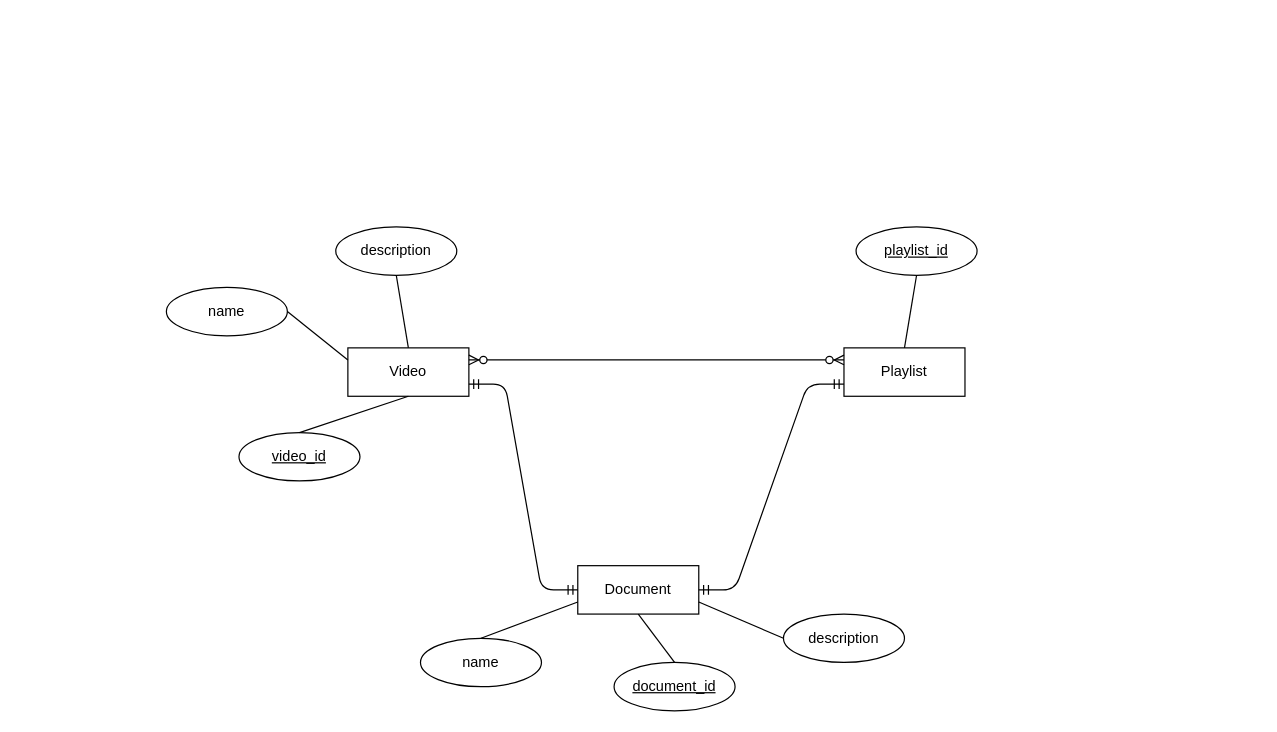
This is Untitled Diagram.drawio from TendonT52/ProjectProgMath, a draw.io file, before an edit. Source tidied: cells renumbered, new cells numbered last; positions are measured from the earlier drawing's top-left corner, leaving out a move shared by most shapes. Both pictures are drawn from the tidied source at 121%, with x=0, y=0 at pixel (166, 226).
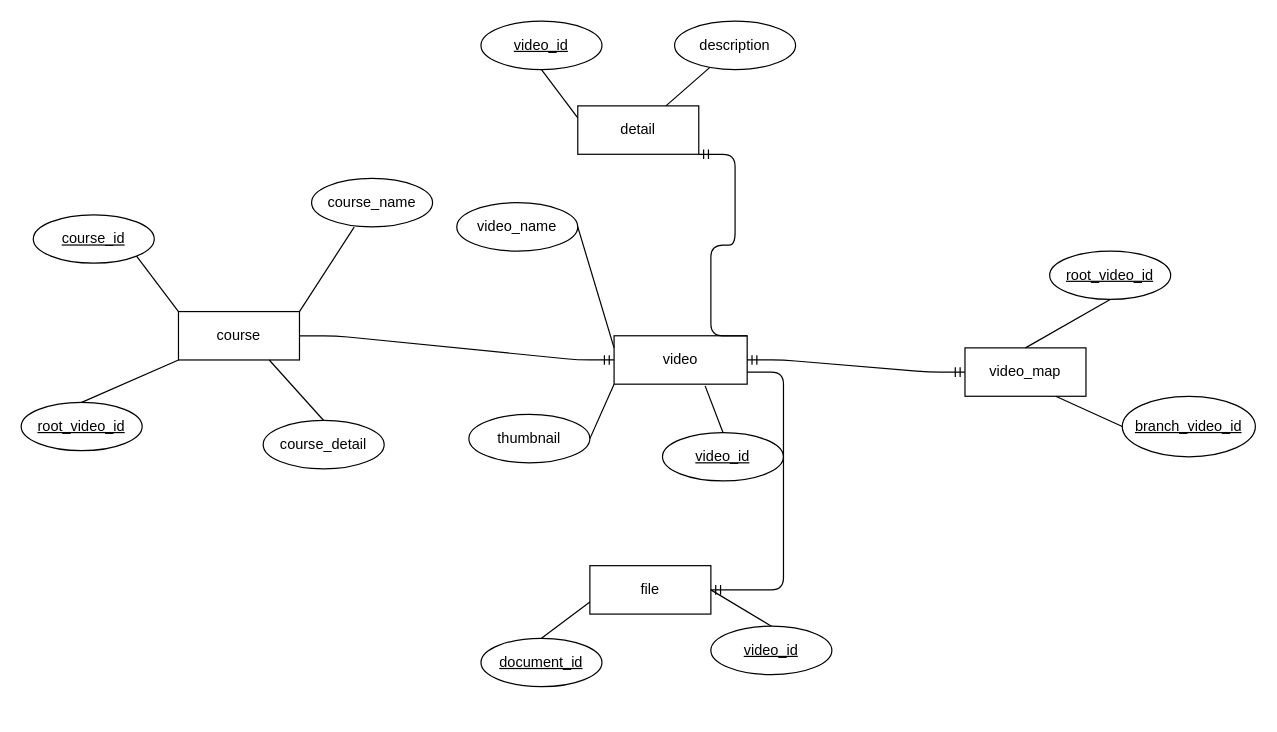
The same page after the edit.

The edit, as a diff of the source:
```diff
@@
-    <mxCell id="2" value="Video" style="whiteSpace=wrap;html=1;align=center;" parent="1" vertex="1">
-      <mxGeometry x="150" y="100" width="100" height="40" as="geometry" />
+    <mxCell id="2" value="video" style="whiteSpace=wrap;html=1;align=center;" parent="1" vertex="1">
+      <mxGeometry x="370" y="90" width="110" height="40" as="geometry" />
     </mxCell>
-    <mxCell id="3" value="Playlist" style="whiteSpace=wrap;html=1;align=center;" parent="1" vertex="1">
-      <mxGeometry x="560" y="100" width="100" height="40" as="geometry" />
+    <mxCell id="3" value="video_map" style="whiteSpace=wrap;html=1;align=center;" parent="1" vertex="1">
+      <mxGeometry x="660" y="100" width="100" height="40" as="geometry" />
     </mxCell>
     <mxCell id="4" value="video_id" style="ellipse;whiteSpace=wrap;html=1;align=center;fontStyle=4;" parent="1" vertex="1">
-      <mxGeometry x="60" y="170" width="100" height="40" as="geometry" />
+      <mxGeometry x="410" y="170" width="100" height="40" as="geometry" />
     </mxCell>
-    <mxCell id="5" value="name" style="ellipse;whiteSpace=wrap;html=1;align=center;" parent="1" vertex="1">
-      <mxGeometry y="50" width="100" height="40" as="geometry" />
+    <mxCell id="5" value="video_name" style="ellipse;whiteSpace=wrap;html=1;align=center;" parent="1" vertex="1">
+      <mxGeometry x="240" y="-20" width="100" height="40" as="geometry" />
     </mxCell>
-    <mxCell id="6" value="description" style="ellipse;whiteSpace=wrap;html=1;align=center;" parent="1" vertex="1">
-      <mxGeometry x="140" width="100" height="40" as="geometry" />
-    </mxCell>
-    <mxCell id="7" value="playlist_id" style="ellipse;whiteSpace=wrap;html=1;align=center;fontStyle=4;" parent="1" vertex="1">
-      <mxGeometry x="570" width="100" height="40" as="geometry" />
+    <mxCell id="7" value="root_video_id" style="ellipse;whiteSpace=wrap;html=1;align=center;fontStyle=4;" parent="1" vertex="1">
+      <mxGeometry x="730" y="20" width="100" height="40" as="geometry" />
     </mxCell>
-    <mxCell id="8" value="Document" style="whiteSpace=wrap;html=1;align=center;" parent="1" vertex="1">
-      <mxGeometry x="340" y="280" width="100" height="40" as="geometry" />
+    <mxCell id="8" value="file" style="whiteSpace=wrap;html=1;align=center;" parent="1" vertex="1">
+      <mxGeometry x="350" y="280" width="100" height="40" as="geometry" />
     </mxCell>
     <mxCell id="9" value="document_id" style="ellipse;whiteSpace=wrap;html=1;align=center;fontStyle=4;" parent="1" vertex="1">
-      <mxGeometry x="370" y="360" width="100" height="40" as="geometry" />
+      <mxGeometry x="260" y="340" width="100" height="40" as="geometry" />
     </mxCell>
-    <mxCell id="10" value="name" style="ellipse;whiteSpace=wrap;html=1;align=center;" parent="1" vertex="1">
-      <mxGeometry x="210" y="340" width="100" height="40" as="geometry" />
-    </mxCell>
-    <mxCell id="11" value="description" style="ellipse;whiteSpace=wrap;html=1;align=center;" parent="1" vertex="1">
-      <mxGeometry x="510" y="320" width="100" height="40" as="geometry" />
-    </mxCell>
-    <mxCell id="12" style="edgeStyle=entityRelationEdgeStyle;fontSize=12;html=1;endArrow=ERzeroToMany;endFill=1;startArrow=ERzeroToMany;exitX=1;exitY=0.25;exitDx=0;exitDy=0;entryX=0;entryY=0.25;entryDx=0;entryDy=0;" parent="1" edge="1" source="2" target="3">
-      <mxGeometry relative="1" as="geometry" />
-    </mxCell>
-    <mxCell id="13" style="edgeStyle=entityRelationEdgeStyle;fontSize=12;html=1;endArrow=ERmandOne;startArrow=ERmandOne;exitX=1;exitY=0.75;exitDx=0;exitDy=0;entryX=0;entryY=0.5;entryDx=0;entryDy=0;" parent="1" edge="1" source="2" target="8">
-      <mxGeometry relative="1" as="geometry" />
-    </mxCell>
-    <mxCell id="14" style="edgeStyle=entityRelationEdgeStyle;fontSize=12;html=1;endArrow=ERmandOne;startArrow=ERmandOne;exitX=1;exitY=0.5;exitDx=0;exitDy=0;entryX=0;entryY=0.75;entryDx=0;entryDy=0;" parent="1" edge="1" source="8" target="3">
-      <mxGeometry relative="1" as="geometry" />
-    </mxCell>
-    <mxCell id="15" style="endArrow=none;html=1;rounded=0;entryX=0.5;entryY=1;entryDx=0;entryDy=0;exitX=0.5;exitY=0;exitDx=0;exitDy=0;" parent="1" edge="1" source="2" target="6">
-      <mxGeometry relative="1" as="geometry" />
-    </mxCell>
@@
-    <mxCell id="17" style="endArrow=none;html=1;rounded=0;exitX=0.5;exitY=0;exitDx=0;exitDy=0;entryX=0.5;entryY=1;entryDx=0;entryDy=0;" parent="1" edge="1" source="4" target="2">
+    <mxCell id="17" style="endArrow=none;html=1;rounded=0;exitX=0.5;exitY=0;exitDx=0;exitDy=0;entryX=0.684;entryY=1.035;entryDx=0;entryDy=0;entryPerimeter=0;" parent="1" edge="1" source="4" target="2">
       <mxGeometry relative="1" as="geometry" />
     </mxCell>
@@
-    <mxCell id="19" style="endArrow=none;html=1;rounded=0;exitX=0.5;exitY=0;exitDx=0;exitDy=0;entryX=0;entryY=0.75;entryDx=0;entryDy=0;" parent="1" edge="1" source="10" target="8">
-      <mxGeometry relative="1" as="geometry" />
-    </mxCell>
-    <mxCell id="20" style="endArrow=none;html=1;rounded=0;exitX=0.5;exitY=0;exitDx=0;exitDy=0;entryX=0.5;entryY=1;entryDx=0;entryDy=0;" parent="1" edge="1" source="9" target="8">
+    <mxCell id="20" style="endArrow=none;html=1;rounded=0;exitX=0.5;exitY=0;exitDx=0;exitDy=0;entryX=0;entryY=0.75;entryDx=0;entryDy=0;" parent="1" edge="1" source="9" target="8">
       <mxGeometry relative="1" as="geometry" />
     </mxCell>
-    <mxCell id="21" style="endArrow=none;html=1;rounded=0;exitX=1;exitY=0.75;exitDx=0;exitDy=0;entryX=0;entryY=0.5;entryDx=0;entryDy=0;" parent="1" edge="1" source="8" target="11">
-      <mxGeometry relative="1" as="geometry" />
-    </mxCell>
+    <mxCell id="22" value="detail" style="whiteSpace=wrap;html=1;align=center;" parent="1" vertex="1">
+      <mxGeometry x="340" y="-100" width="100" height="40" as="geometry" />
+    </mxCell>
+    <mxCell id="23" value="description" style="ellipse;whiteSpace=wrap;html=1;align=center;" parent="1" vertex="1">
+      <mxGeometry x="420" y="-170" width="100" height="40" as="geometry" />
+    </mxCell>
+    <mxCell id="24" value="thumbnail" style="ellipse;whiteSpace=wrap;html=1;align=center;" parent="1" vertex="1">
+      <mxGeometry x="250" y="155" width="100" height="40" as="geometry" />
+    </mxCell>
+    <mxCell id="25" style="endArrow=none;html=1;rounded=0;exitX=1;exitY=0.5;exitDx=0;exitDy=0;entryX=0;entryY=1;entryDx=0;entryDy=0;" parent="1" edge="1" source="24" target="2">
+      <mxGeometry relative="1" as="geometry" />
+    </mxCell>
+    <mxCell id="26" value="video_id" style="ellipse;whiteSpace=wrap;html=1;align=center;fontStyle=4;" parent="1" vertex="1">
+      <mxGeometry x="260" y="-170" width="100" height="40" as="geometry" />
+    </mxCell>
+    <mxCell id="27" style="endArrow=none;html=1;rounded=0;exitX=0.5;exitY=1;exitDx=0;exitDy=0;entryX=0;entryY=0.25;entryDx=0;entryDy=0;" parent="1" edge="1" source="26" target="22">
+      <mxGeometry relative="1" as="geometry" />
+    </mxCell>
+    <mxCell id="28" style="endArrow=none;html=1;rounded=0;" parent="1" edge="1" source="22" target="23">
+      <mxGeometry relative="1" as="geometry" />
+    </mxCell>
+    <mxCell id="29" value="branch_video_id" style="ellipse;whiteSpace=wrap;html=1;align=center;fontStyle=4;" parent="1" vertex="1">
+      <mxGeometry x="790" y="140" width="110" height="50" as="geometry" />
+    </mxCell>
+    <mxCell id="30" style="endArrow=none;html=1;rounded=0;exitX=0.75;exitY=1;exitDx=0;exitDy=0;entryX=0;entryY=0.5;entryDx=0;entryDy=0;" parent="1" edge="1" source="3" target="29">
+      <mxGeometry relative="1" as="geometry" />
+    </mxCell>
+    <mxCell id="31" value="video_id" style="ellipse;whiteSpace=wrap;html=1;align=center;fontStyle=4;" parent="1" vertex="1">
+      <mxGeometry x="450" y="330" width="100" height="40" as="geometry" />
+    </mxCell>
+    <mxCell id="32" style="endArrow=none;html=1;rounded=0;entryX=0.5;entryY=0;entryDx=0;entryDy=0;exitX=1;exitY=0.5;exitDx=0;exitDy=0;" parent="1" edge="1" source="8" target="31">
+      <mxGeometry relative="1" as="geometry" />
+    </mxCell>
+    <mxCell id="33" value="course" style="whiteSpace=wrap;html=1;align=center;" parent="1" vertex="1">
+      <mxGeometry x="10" y="70" width="100" height="40" as="geometry" />
+    </mxCell>
+    <mxCell id="34" value="course_id" style="ellipse;whiteSpace=wrap;html=1;align=center;fontStyle=4;" parent="1" vertex="1">
+      <mxGeometry x="-110" y="-10" width="100" height="40" as="geometry" />
+    </mxCell>
+    <mxCell id="35" value="course_name" style="ellipse;whiteSpace=wrap;html=1;align=center;" parent="1" vertex="1">
+      <mxGeometry x="120" y="-40" width="100" height="40" as="geometry" />
+    </mxCell>
+    <mxCell id="36" value="root_video_id" style="ellipse;whiteSpace=wrap;html=1;align=center;fontStyle=4;" parent="1" vertex="1">
+      <mxGeometry x="-120" y="145" width="100" height="40" as="geometry" />
+    </mxCell>
+    <mxCell id="37" value="course_detail" style="ellipse;whiteSpace=wrap;html=1;align=center;" parent="1" vertex="1">
+      <mxGeometry x="80" y="160" width="100" height="40" as="geometry" />
+    </mxCell>
+    <mxCell id="38" style="endArrow=none;html=1;rounded=0;entryX=0;entryY=0;entryDx=0;entryDy=0;exitX=1;exitY=1;exitDx=0;exitDy=0;" parent="1" edge="1" source="34" target="33">
+      <mxGeometry relative="1" as="geometry" />
+    </mxCell>
+    <mxCell id="39" style="endArrow=none;html=1;rounded=0;entryX=0.352;entryY=1.005;entryDx=0;entryDy=0;entryPerimeter=0;exitX=1;exitY=0;exitDx=0;exitDy=0;" parent="1" edge="1" source="33" target="35">
+      <mxGeometry relative="1" as="geometry" />
+    </mxCell>
+    <mxCell id="40" style="endArrow=none;html=1;rounded=0;entryX=0;entryY=1;entryDx=0;entryDy=0;exitX=0.5;exitY=0;exitDx=0;exitDy=0;" parent="1" edge="1" source="36" target="33">
+      <mxGeometry relative="1" as="geometry" />
+    </mxCell>
+    <mxCell id="41" style="endArrow=none;html=1;rounded=0;entryX=0.5;entryY=0;entryDx=0;entryDy=0;exitX=0.75;exitY=1;exitDx=0;exitDy=0;" parent="1" edge="1" source="33" target="37">
+      <mxGeometry relative="1" as="geometry" />
+    </mxCell>
+    <mxCell id="42" style="edgeStyle=entityRelationEdgeStyle;fontSize=12;html=1;endArrow=ERmandOne;exitX=1;exitY=0.5;exitDx=0;exitDy=0;entryX=0;entryY=0.5;entryDx=0;entryDy=0;" parent="1" edge="1" source="33" target="2">
+      <mxGeometry relative="1" as="geometry" />
+    </mxCell>
+    <mxCell id="43" style="edgeStyle=entityRelationEdgeStyle;fontSize=12;html=1;endArrow=ERmandOne;entryX=1;entryY=1;entryDx=0;entryDy=0;exitX=1;exitY=0;exitDx=0;exitDy=0;" parent="1" edge="1" source="2" target="22">
+      <mxGeometry relative="1" as="geometry" />
+    </mxCell>
+    <mxCell id="44" style="edgeStyle=entityRelationEdgeStyle;fontSize=12;html=1;endArrow=ERmandOne;entryX=1;entryY=0.5;entryDx=0;entryDy=0;" parent="1" edge="1" target="8">
+      <mxGeometry relative="1" as="geometry">
+        <mxPoint x="480" y="120" as="sourcePoint" />
+      </mxGeometry>
+    </mxCell>
+    <mxCell id="12" style="edgeStyle=entityRelationEdgeStyle;fontSize=12;html=1;endArrow=ERmandOne;startArrow=ERmandOne;entryX=0;entryY=0.5;entryDx=0;entryDy=0;exitX=1;exitY=0.5;exitDx=0;exitDy=0;" parent="1" edge="1" source="2" target="3">
+      <mxGeometry relative="1" as="geometry" />
+    </mxCell>
```
